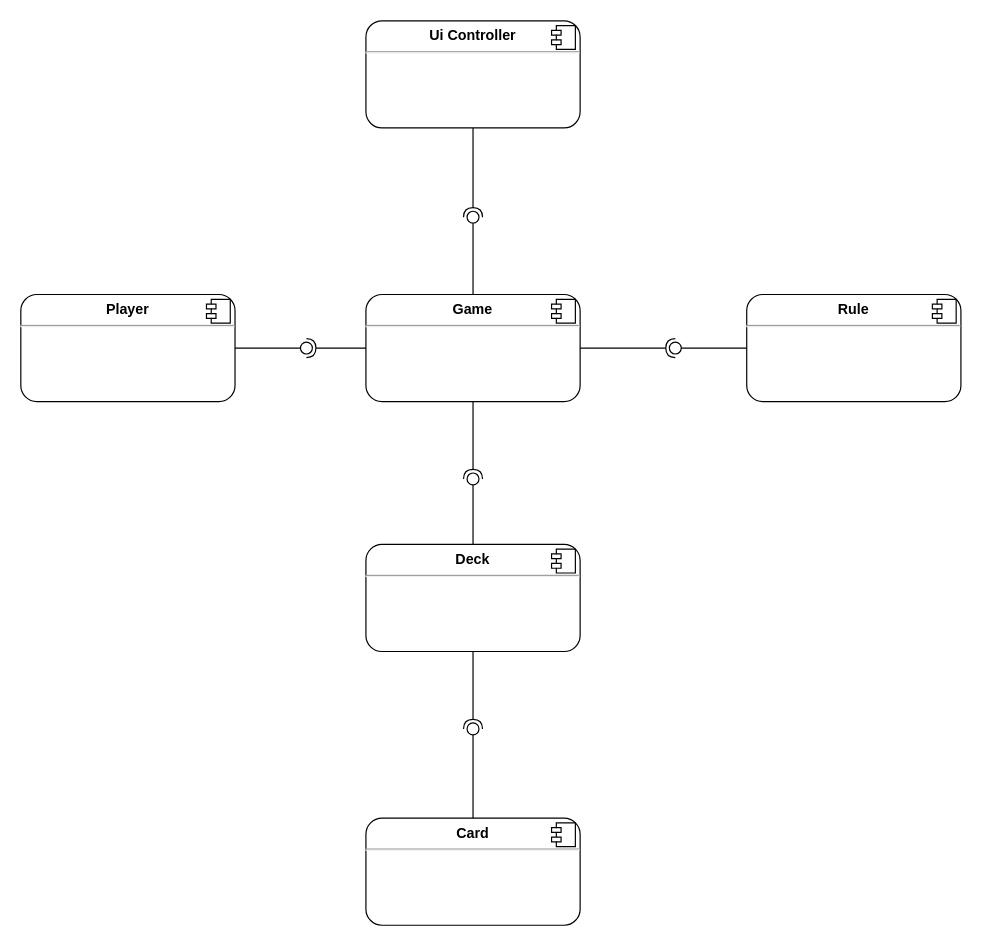
This is docs/componentdiagram.drawio from RiFrost/mau-mau, a draw.io file, before an edit. Source tidied: cells renumbered, new cells numbered last; positions are measured from the earlier drawing's top-left corner, leaving out a move shared by most shapes. Both pictures are drawn from the tidied source at 119%, with x=0, y=0 at pixel (20, 20).
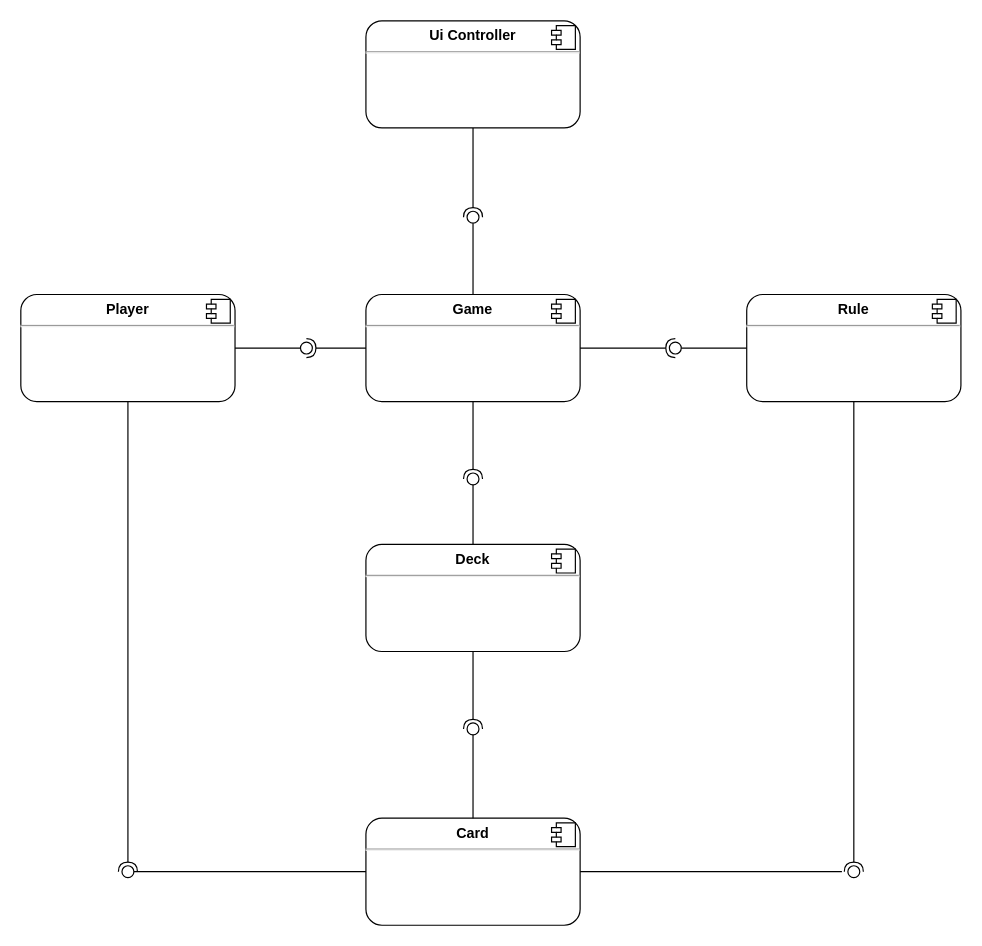
Above is the later version.

The change refers to these unchanged cells:
```xml
<mxCell id="2" value="&lt;p style=&quot;margin:0px;margin-top:6px;text-align:center;&quot;&gt;&lt;b&gt;Player&lt;/b&gt;&lt;/p&gt;&lt;hr&gt;" style="align=left;overflow=fill;html=1;rounded=1;" parent="1" vertex="1">
  <mxGeometry y="230" width="180" height="90" as="geometry" />
</mxCell>
<mxCell id="4" value="&lt;p style=&quot;margin:0px;margin-top:6px;text-align:center;&quot;&gt;&lt;b&gt;Rule&lt;/b&gt;&lt;/p&gt;&lt;hr&gt;&lt;p style=&quot;margin:0px;margin-left:8px;&quot;&gt;&lt;br&gt;&lt;/p&gt;" style="align=left;overflow=fill;html=1;rounded=1;" parent="1" vertex="1">
  <mxGeometry x="610" y="230" width="180" height="90" as="geometry" />
</mxCell>
<mxCell id="10" value="&lt;p style=&quot;margin:0px;margin-top:6px;text-align:center;&quot;&gt;&lt;b&gt;Card&lt;/b&gt;&lt;/p&gt;&lt;hr&gt;&lt;p style=&quot;margin:0px;margin-left:8px;&quot;&gt;&lt;br&gt;&lt;br&gt;&lt;/p&gt;" style="align=left;overflow=fill;html=1;rounded=1;" parent="1" vertex="1">
  <mxGeometry x="290" y="670" width="180" height="90" as="geometry" />
</mxCell>
```

The edit, as a diff of the source:
```diff
@@
+    <mxCell id="29" style="rounded=0;jettySize=auto;html=1;endArrow=none;endFill=0;sketch=0;sourcePerimeterSpacing=0;targetPerimeterSpacing=0;" parent="1" edge="1" source="10" target="31">
+      <mxGeometry relative="1" as="geometry" />
+    </mxCell>
+    <mxCell id="30" style="rounded=0;jettySize=auto;html=1;endArrow=halfCircle;endFill=0;entryX=0.5;entryY=0.5;endSize=6;strokeWidth=1;sketch=0;exitX=0.5;exitY=1;exitDx=0;exitDy=0;" parent="1" edge="1" source="2" target="31">
+      <mxGeometry relative="1" as="geometry" />
+    </mxCell>
+    <mxCell id="31" style="ellipse;whiteSpace=wrap;html=1;align=center;points=[];outlineConnect=0;sketch=0;" parent="1" vertex="1">
+      <mxGeometry x="85" y="710" width="10" height="10" as="geometry" />
+    </mxCell>
+    <mxCell id="32" style="rounded=0;jettySize=auto;html=1;endArrow=none;endFill=0;sketch=0;sourcePerimeterSpacing=0;targetPerimeterSpacing=0;exitX=1;exitY=0.5;exitDx=0;exitDy=0;" parent="1" edge="1" source="10">
+      <mxGeometry relative="1" as="geometry">
+        <mxPoint x="690" y="715" as="targetPoint" />
+      </mxGeometry>
+    </mxCell>
+    <mxCell id="33" style="rounded=0;jettySize=auto;html=1;endArrow=halfCircle;endFill=0;entryX=0.5;entryY=0.5;endSize=6;strokeWidth=1;sketch=0;exitX=0.5;exitY=1;exitDx=0;exitDy=0;" parent="1" edge="1" source="4" target="34">
+      <mxGeometry relative="1" as="geometry" />
+    </mxCell>
+    <mxCell id="34" style="ellipse;whiteSpace=wrap;html=1;align=center;points=[];outlineConnect=0;sketch=0;" parent="1" vertex="1">
+      <mxGeometry x="695" y="710" width="10" height="10" as="geometry" />
+    </mxCell>
```
